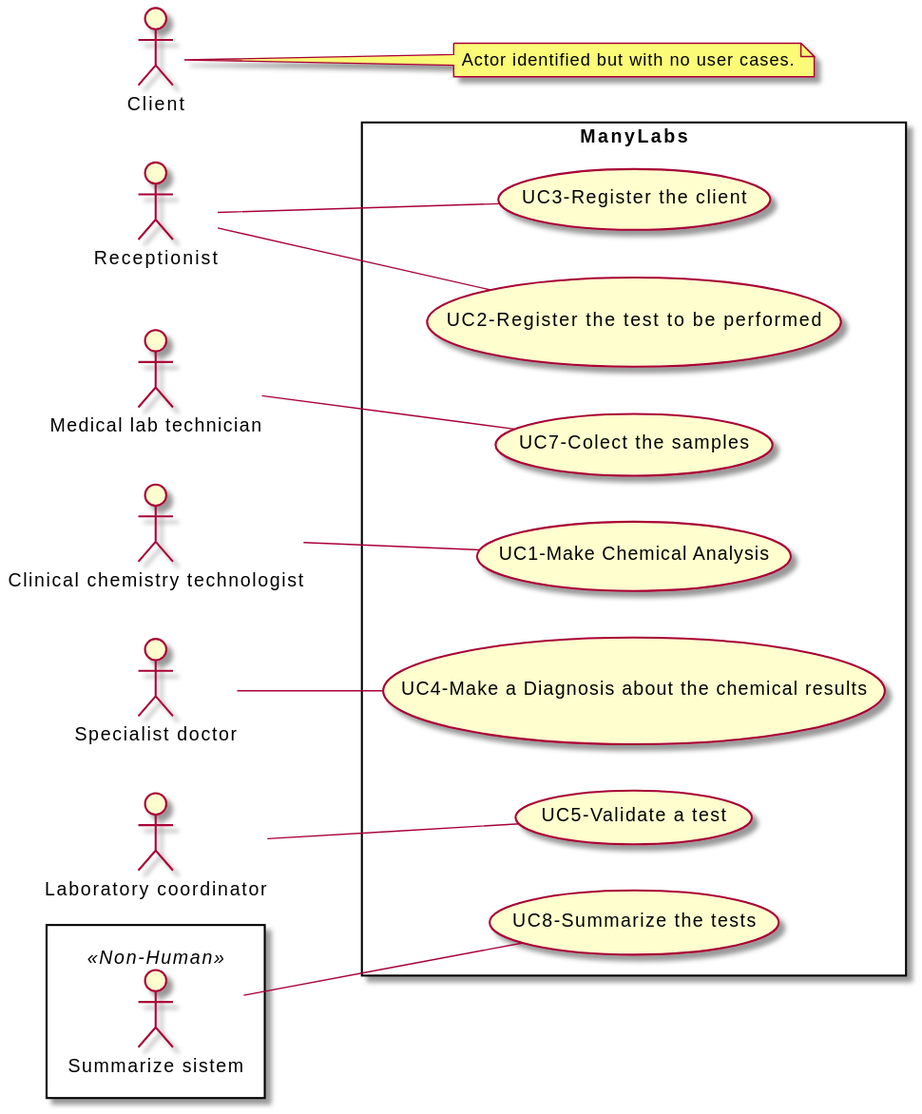
This is docs/SprintA/UCD.svg from Pedromaia26/LAPR2-ISEP, a PlantUML export, as it was before one commit.
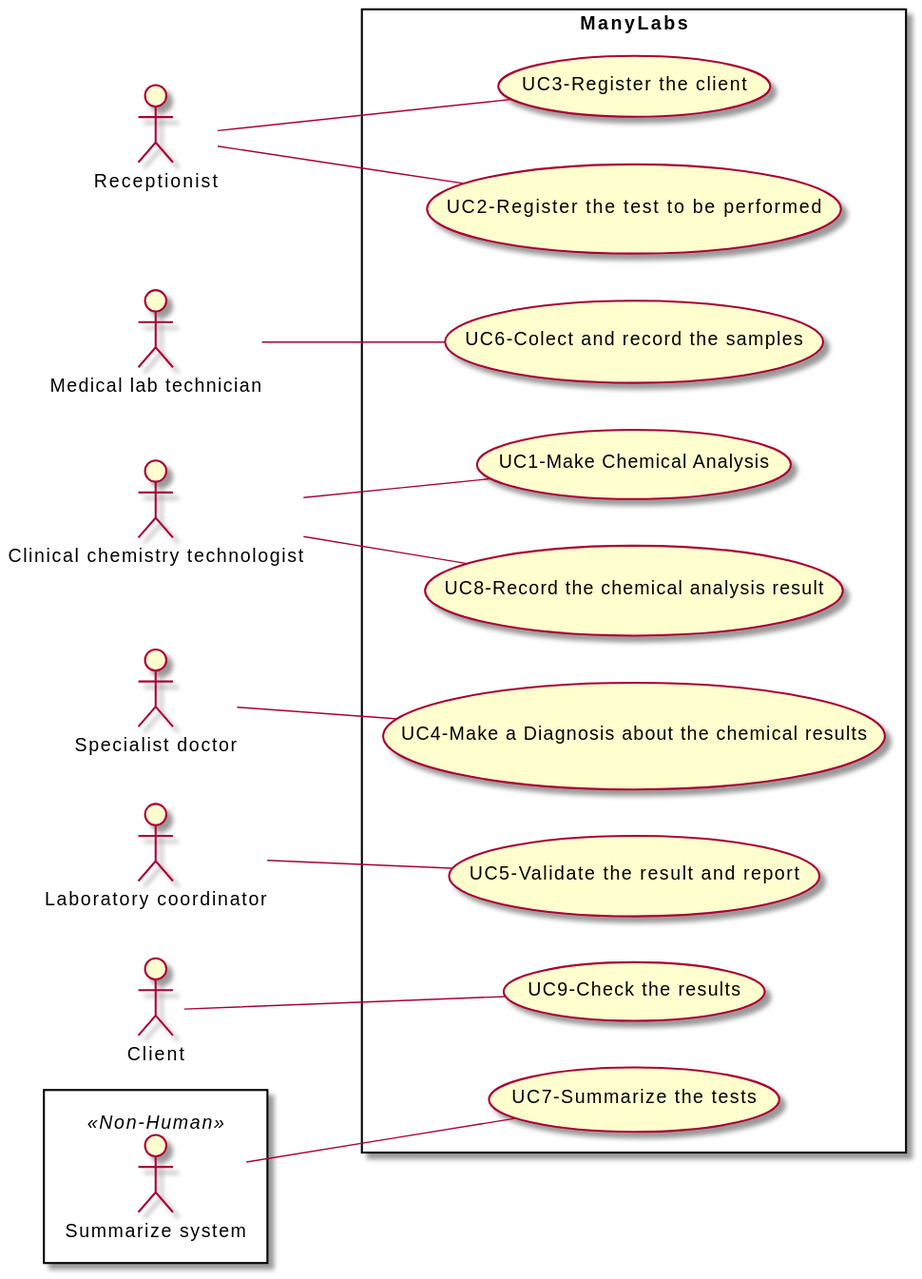
Above is the later version.

Change to the diagram source:
```diff
@@ -8,7 +8,7 @@
 actor "Laboratory coordinator" as lc
 actor Client as cc
 Rectangle {
-actor "Summarize sistem" as ss << Non-Human >>
+actor "Summarize system" as ss << Non-Human >>
 }
 
 Rectangle ManyLabs{
@@ -16,9 +16,11 @@
 usecase "UC2-Register the test to be performed" as UC2
 usecase "UC3-Register the client" as UC3
 usecase "UC4-Make a Diagnosis about the chemical results" as UC4
-usecase "UC5-Validate a test" as UC5
-usecase "UC7-Colect the samples" as UC7
-usecase "UC8-Summarize the tests" as UC8
+usecase "UC5-Validate the result and report" as UC5
+usecase "UC6-Colect and record the samples" as UC6
+usecase "UC7-Summarize the tests" as UC7
+usecase "UC8-Record the chemical analysis result" as UC8
+usecase "UC9-Check the results" as UC9
 
 }
 
@@ -27,7 +29,8 @@
 r--UC3
 sd--UC4
 lc--UC5
-mlt--UC7
-ss--UC8
-note right of cc : Actor identified but with no user cases.
+mlt--UC6
+ss--UC7
+cct--UC8
+cc--UC9
 @enduml
```
